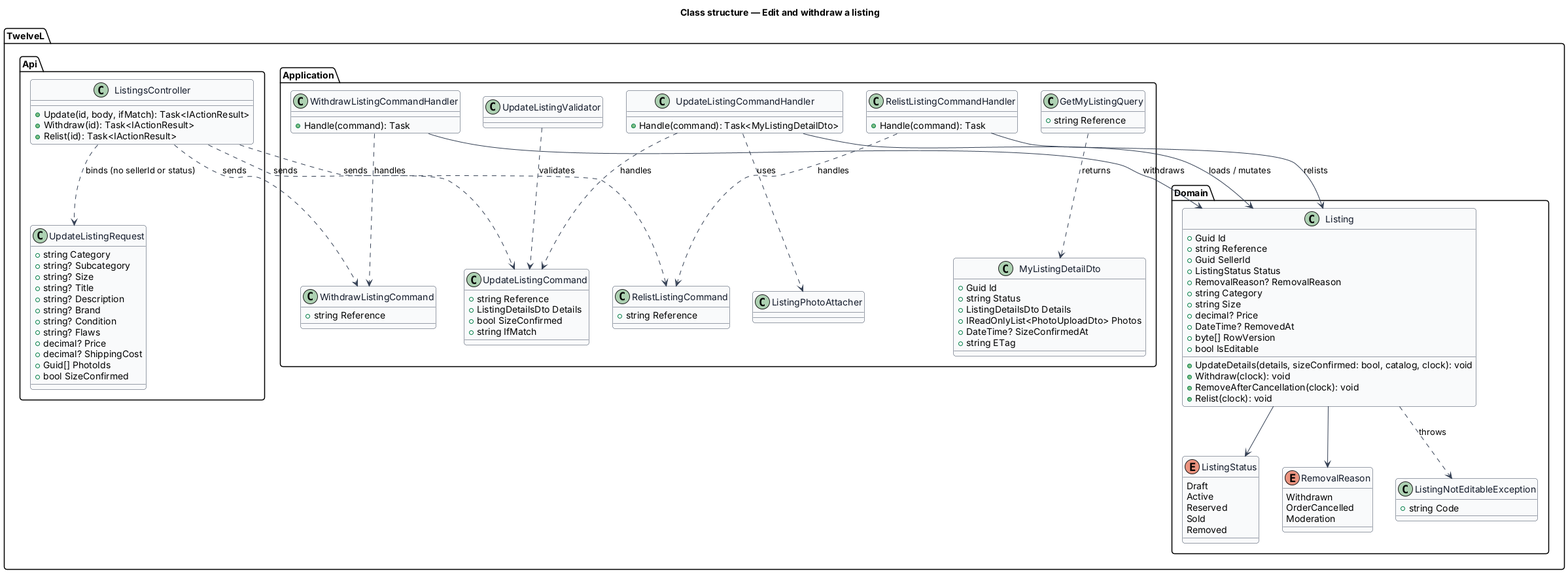
Above: docs/detailed-designs/listings/edit-and-withdraw-listing/diagrams/class-structure.png in QuinntyneBrown/12l (PlantUML), before the change.
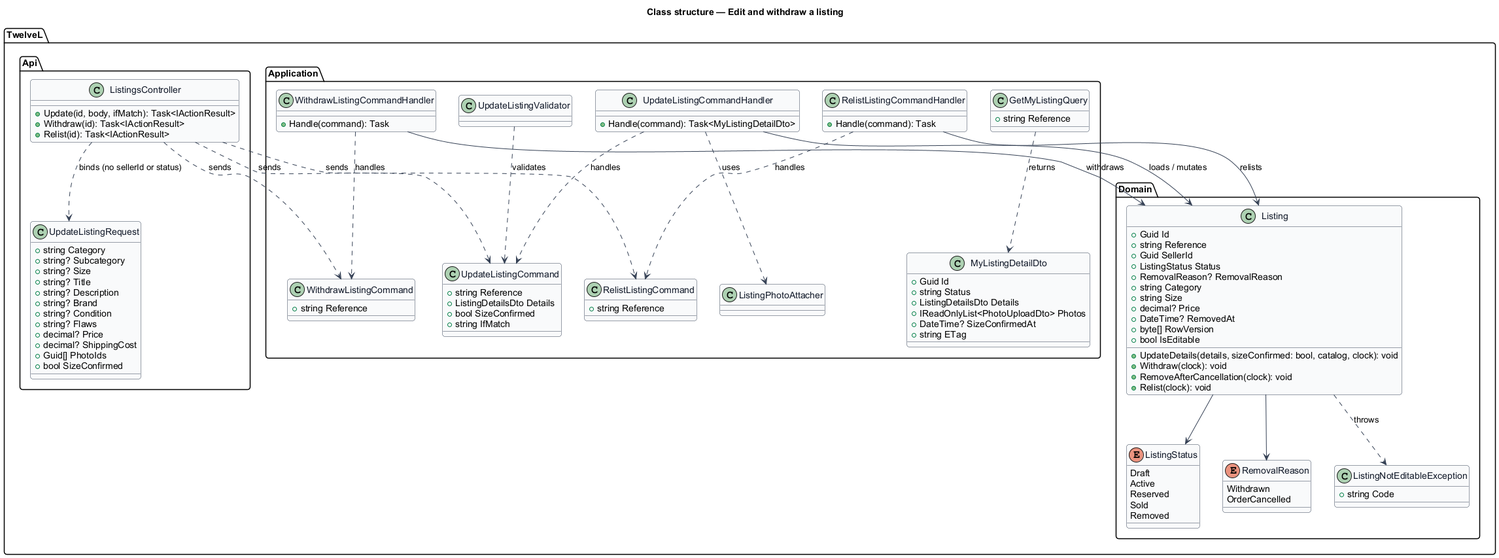
After the change.

The edit, as a diff of the source:
```diff
@@ -22,7 +22,6 @@
   enum RemovalReason {
     Withdrawn
     OrderCancelled
-    Moderation
   }
   class Listing {
     +Guid Id
```
